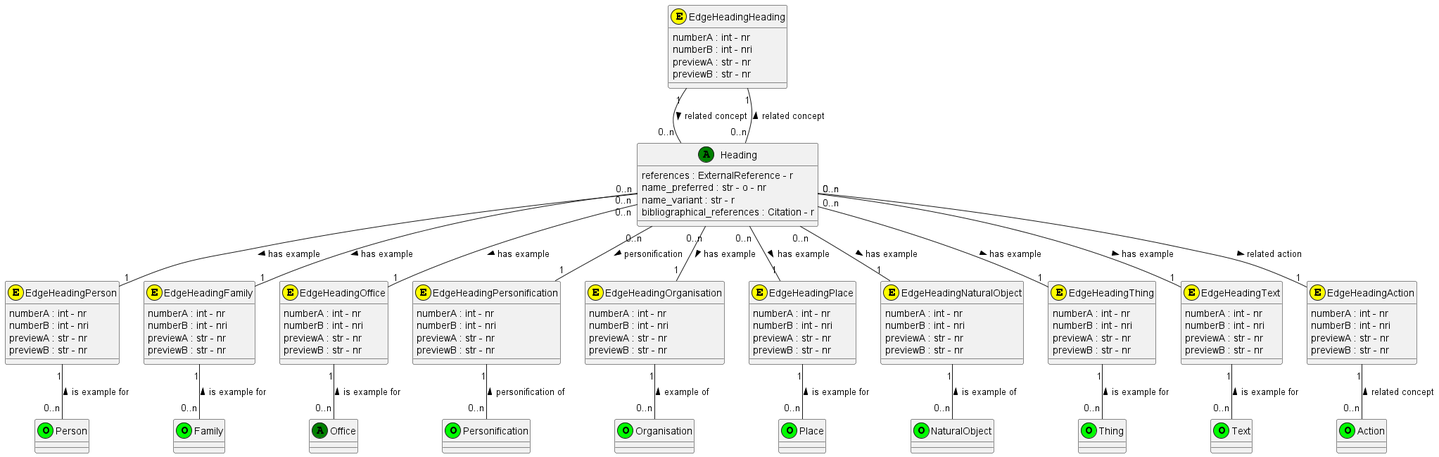
Before: documentation/class_diagrams/Heading.png, a diagram exported from PlantUML (tmasch/bpf_be).
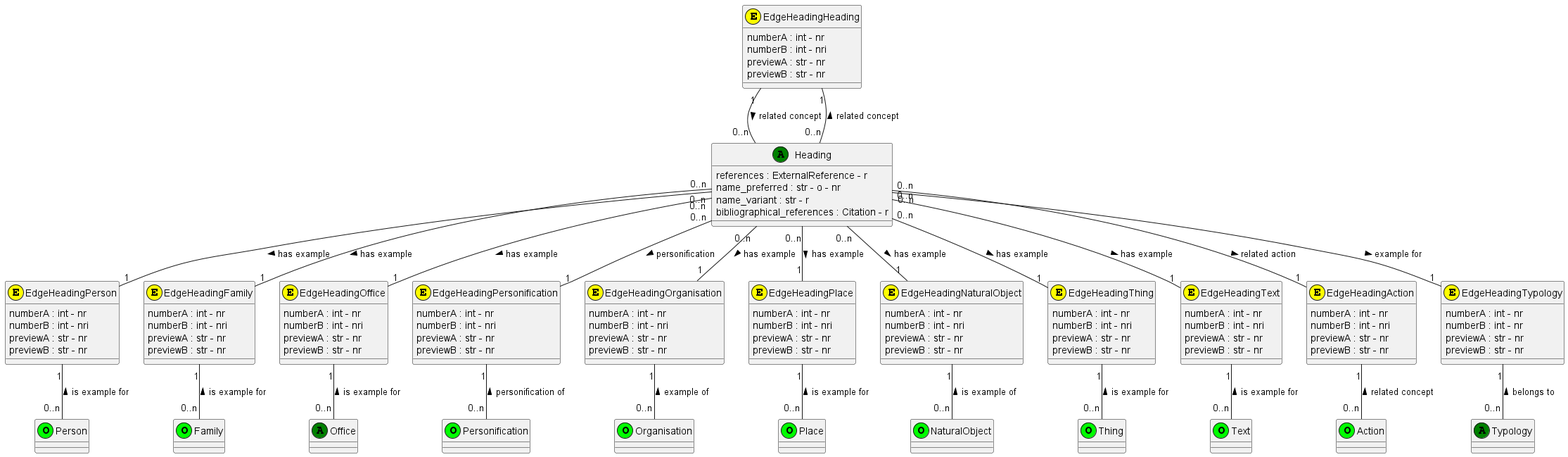
After the commit.

Diff of the diagram source:
```diff
@@ -25,6 +25,8 @@
 class Text <<(O,lime)>>
 
 class Action <<(O,lime)>>
+
+class Typology <<(A,green)>>
 
 class EdgeHeadingHeading <<(E,yellow)>>
 EdgeHeadingHeading : numberA : int - nr
@@ -92,6 +94,13 @@
 EdgeHeadingAction : previewA : str - nr
 EdgeHeadingAction : previewB : str - nr
 
+class EdgeHeadingTypology <<(E,yellow)>>
+EdgeHeadingTypology : numberA : int - nr
+EdgeHeadingTypology : numberB : int - nr
+EdgeHeadingTypology : previewA : str - nr
+EdgeHeadingTypology : previewB : str - nr
+
+
 EdgeHeadingHeading "1" -- "0..n" Heading : related concept >
 EdgeHeadingHeading "1" -- "0..n" Heading : related concept <
 
@@ -125,4 +134,7 @@
 Heading "0..n" -- "1" EdgeHeadingAction: related action >
 EdgeHeadingAction "1" -- "0..n" Action: related concept <
 
+Heading "0..n" -- "1" EdgeHeadingTypology: example for >
+EdgeHeadingTypology "1" -- "0..n" Typology: belongs to <
+
 @enduml
```
